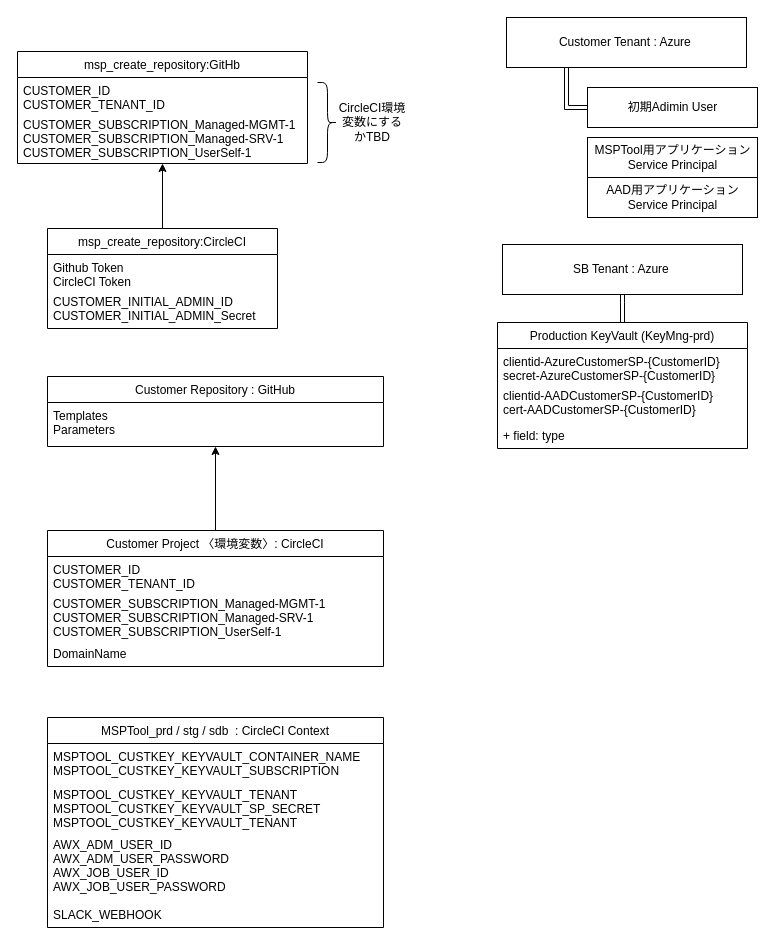
The draw.io diagram doc/名称未設定ファイル.drawio in katok614/testtest, before the edit. Source tidied: cells renumbered, new cells numbered last; positions are measured from the earlier drawing's top-left corner, leaving out a move shared by most shapes. Both pictures are drawn from the tidied source at 100%, with x=0, y=0 at pixel (17, 17).
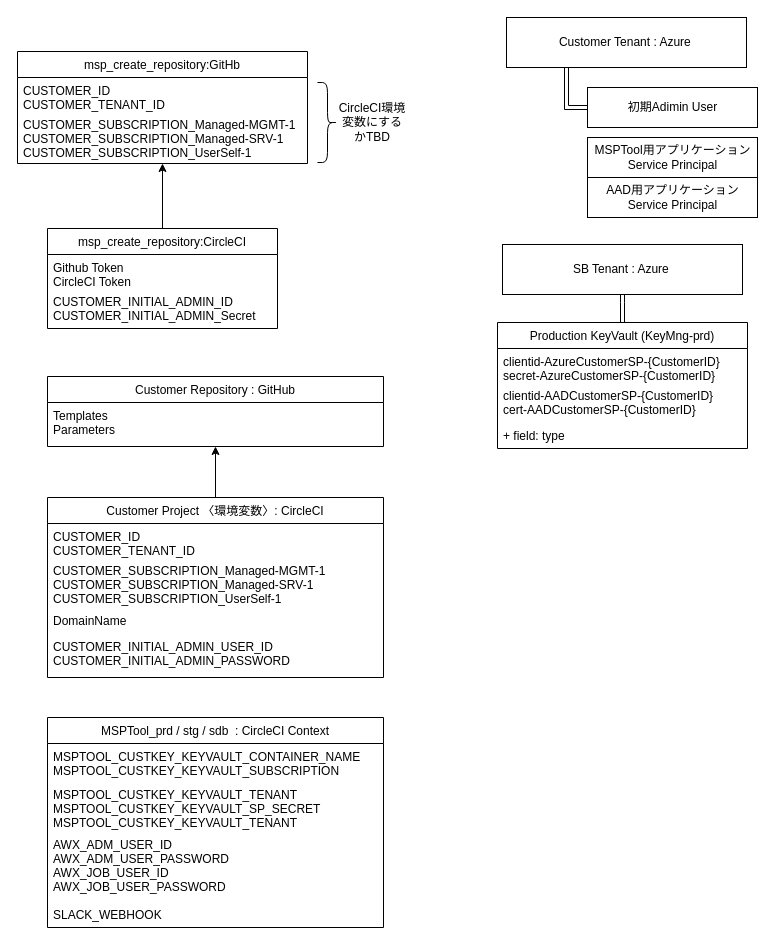
Above is the later version.

Commit message:
名称未設定ファイル.drawio を更新します

What changed in the source:
```diff
@@
     <mxCell id="15" value="Customer Project 〈環境変数〉: CircleCI" style="swimlane;fontStyle=0;horizontal=1;startSize=26;fillColor=none;" parent="1" vertex="1">
-      <mxGeometry x="30" y="513" width="336" height="136" as="geometry" />
+      <mxGeometry x="30" y="480" width="336" height="180" as="geometry" />
     </mxCell>
@@
+    <mxCell id="34" value="CUSTOMER_INITIAL_ADMIN_USER_ID&#10;CUSTOMER_INITIAL_ADMIN_PASSWORD" style="text;strokeColor=none;fillColor=none;align=left;verticalAlign=top;spacingLeft=4;spacingRight=4;overflow=hidden;" parent="15" vertex="1">
+      <mxGeometry y="136" width="336" height="44" as="geometry" />
+    </mxCell>
```
